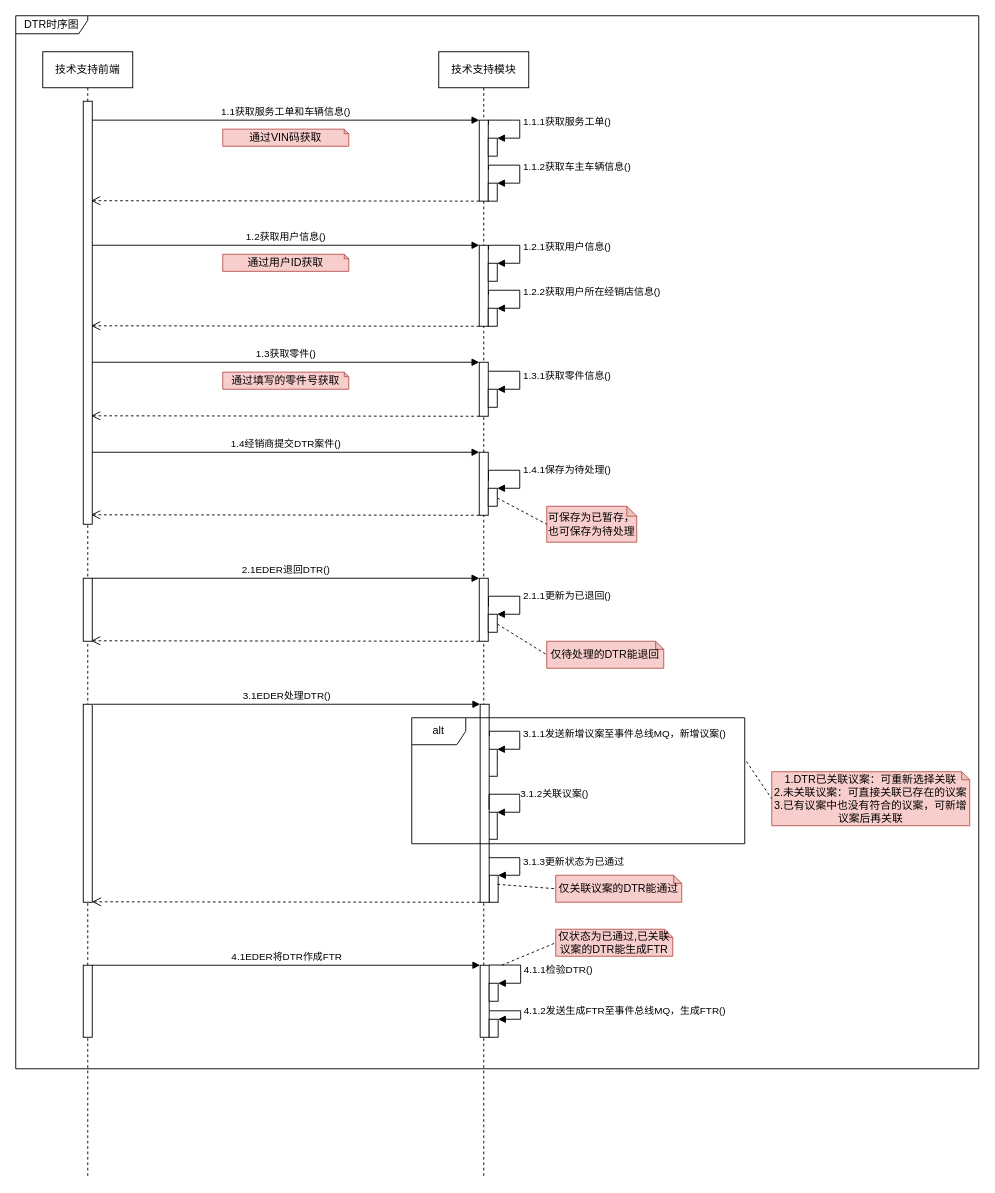
Above: page "DTR时序图" (1 of 5) of images/DTR时序图.drawio in 1132489442/designer (draw.io), before the change. Source tidied: cells renumbered, new cells numbered last; positions are measured from the earlier drawing's top-left corner, leaving out a move shared by most shapes. Both pictures are drawn from the tidied source at 90%, with x=0, y=0 at pixel (15, 15).
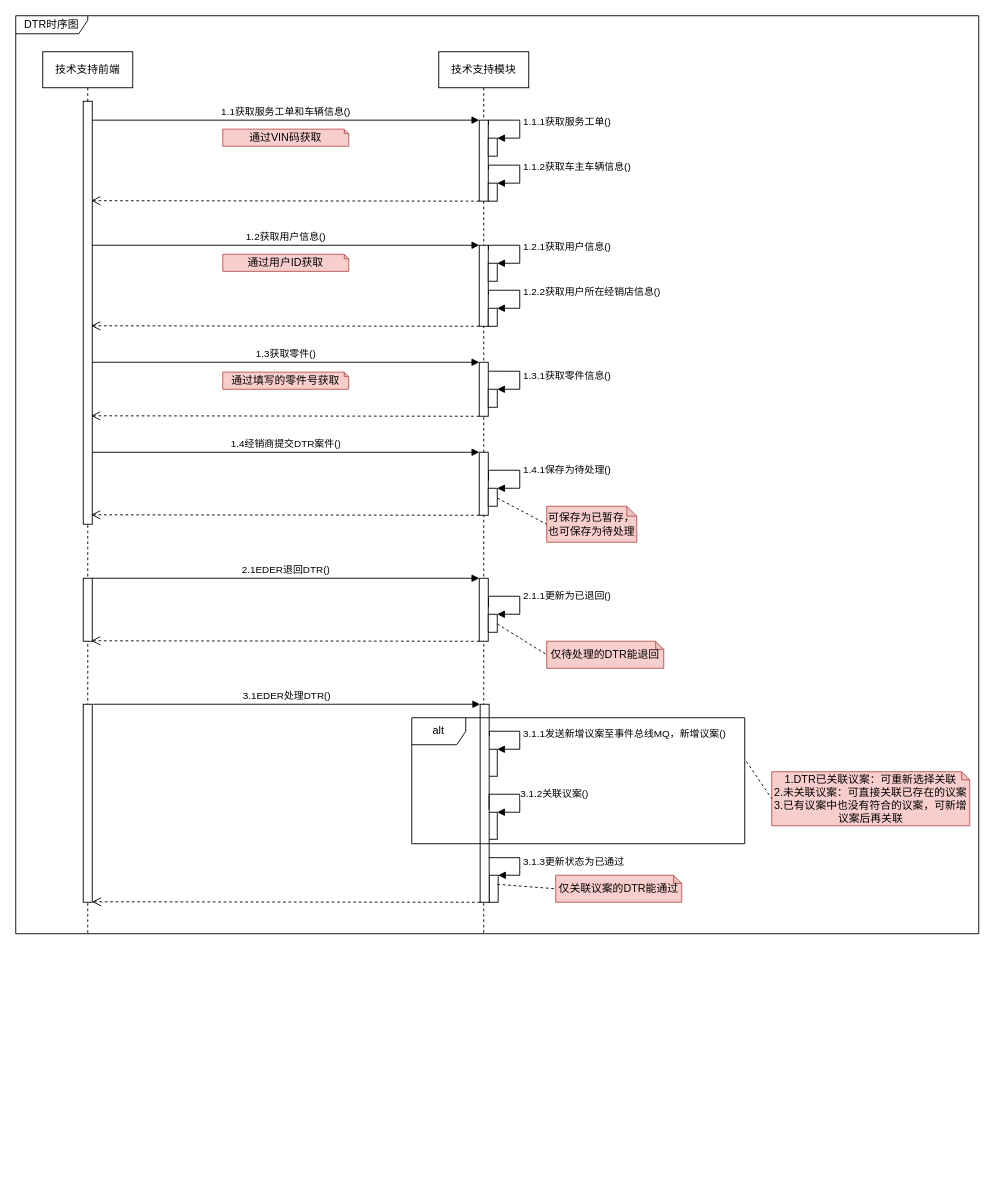
The same page after the edit.

The edit, as a diff of the source:
```diff
@@
     <mxCell id="2" value="技术支持模块" style="shape=umlLifeline;perimeter=lifelinePerimeter;whiteSpace=wrap;html=1;" parent="1" vertex="1">
-      <mxGeometry x="470" y="40" width="100" height="1250" as="geometry" />
+      <mxGeometry x="470" y="40" width="100" height="980" as="geometry" />
     </mxCell>
@@
-    <mxCell id="9" style="html=1;points=[];perimeter=orthogonalPerimeter;fillColor=#FFFFFF;" parent="2" vertex="1">
-      <mxGeometry x="46" y="1015" width="10" height="80" as="geometry" />
-    </mxCell>
-    <mxCell id="10" style="html=1;points=[];perimeter=orthogonalPerimeter;fillColor=#FFFFFF;" parent="2" vertex="1">
-      <mxGeometry x="56" y="1035" width="10" height="20" as="geometry" />
-    </mxCell>
-    <mxCell id="11" value="4.1.1检验DTR()" style="edgeStyle=orthogonalEdgeStyle;html=1;align=left;spacingLeft=2;endArrow=block;rounded=0;entryX=1;entryY=0;exitX=1;exitY=-0.003;exitDx=0;exitDy=0;exitPerimeter=0;" parent="2" edge="1" source="9" target="10">
-      <mxGeometry relative="1" as="geometry">
-        <Array as="points">
-          <mxPoint x="91" y="1015" />
-          <mxPoint x="91" y="1035" />
-        </Array>
-      </mxGeometry>
-    </mxCell>
     <mxCell id="12" value="技术支持前端" style="shape=umlLifeline;perimeter=lifelinePerimeter;whiteSpace=wrap;html=1;" parent="1" vertex="1">
-      <mxGeometry x="30" y="40" width="100" height="1250" as="geometry" />
+      <mxGeometry x="30" y="40" width="100" height="980" as="geometry" />
     </mxCell>
@@
-    <mxCell id="15" style="html=1;perimeter=orthogonalPerimeter;fillColor=#FFFFFF;" parent="12" vertex="1">
-      <mxGeometry x="45" y="1015" width="10" height="80" as="geometry" />
-    </mxCell>
@@
-    <mxCell id="56" value="4.1EDER将DTR作成FTR" style="html=1;verticalAlign=bottom;endArrow=block;entryX=0;entryY=0;rounded=0;" parent="1" edge="1" target="9">
-      <mxGeometry relative="1" as="geometry">
-        <mxPoint x="85" y="1055" as="sourcePoint" />
-      </mxGeometry>
-    </mxCell>
-    <mxCell id="57" style="html=1;points=[];perimeter=orthogonalPerimeter;fillColor=#FFFFFF;" parent="1" vertex="1">
-      <mxGeometry x="526" y="1115" width="10" height="20" as="geometry" />
-    </mxCell>
-    <mxCell id="58" value="4.1.2发送生成FTR至事件总线MQ，生成FTR()" style="edgeStyle=orthogonalEdgeStyle;html=1;align=left;spacingLeft=2;endArrow=block;rounded=0;entryX=1;entryY=0;exitX=1.022;exitY=0.633;exitDx=0;exitDy=0;exitPerimeter=0;" parent="1" edge="1" source="9" target="57">
-      <mxGeometry relative="1" as="geometry">
-        <Array as="points">
-          <mxPoint x="561" y="1106" />
-          <mxPoint x="561" y="1115" />
-        </Array>
-      </mxGeometry>
-    </mxCell>
-    <mxCell id="59" value="仅状态为已通过,已关联议案的DTR能生成FTR" style="shape=note;whiteSpace=wrap;html=1;backgroundOutline=1;darkOpacity=0.05;fillColor=#f8cecc;strokeColor=#b85450;size=9;" parent="1" vertex="1">
-      <mxGeometry x="600" y="1015" width="130" height="30" as="geometry" />
-    </mxCell>
-    <mxCell id="60" style="endArrow=none;dashed=1;html=1;rounded=0;entryX=0;entryY=0.5;entryDx=0;entryDy=0;entryPerimeter=0;" parent="1" edge="1">
-      <mxGeometry relative="1" as="geometry">
-        <mxPoint x="540" y="1055" as="sourcePoint" />
-        <mxPoint x="600" y="1030" as="targetPoint" />
-      </mxGeometry>
-    </mxCell>
     <mxCell id="61" value="DTR时序图" style="shape=umlFrame;whiteSpace=wrap;html=1;fillColor=#FFFFFF;width=80;height=20;" parent="1" vertex="1">
-      <mxGeometry width="1070" height="1170" as="geometry" />
+      <mxGeometry width="1070" height="1020" as="geometry" />
     </mxCell>
```
